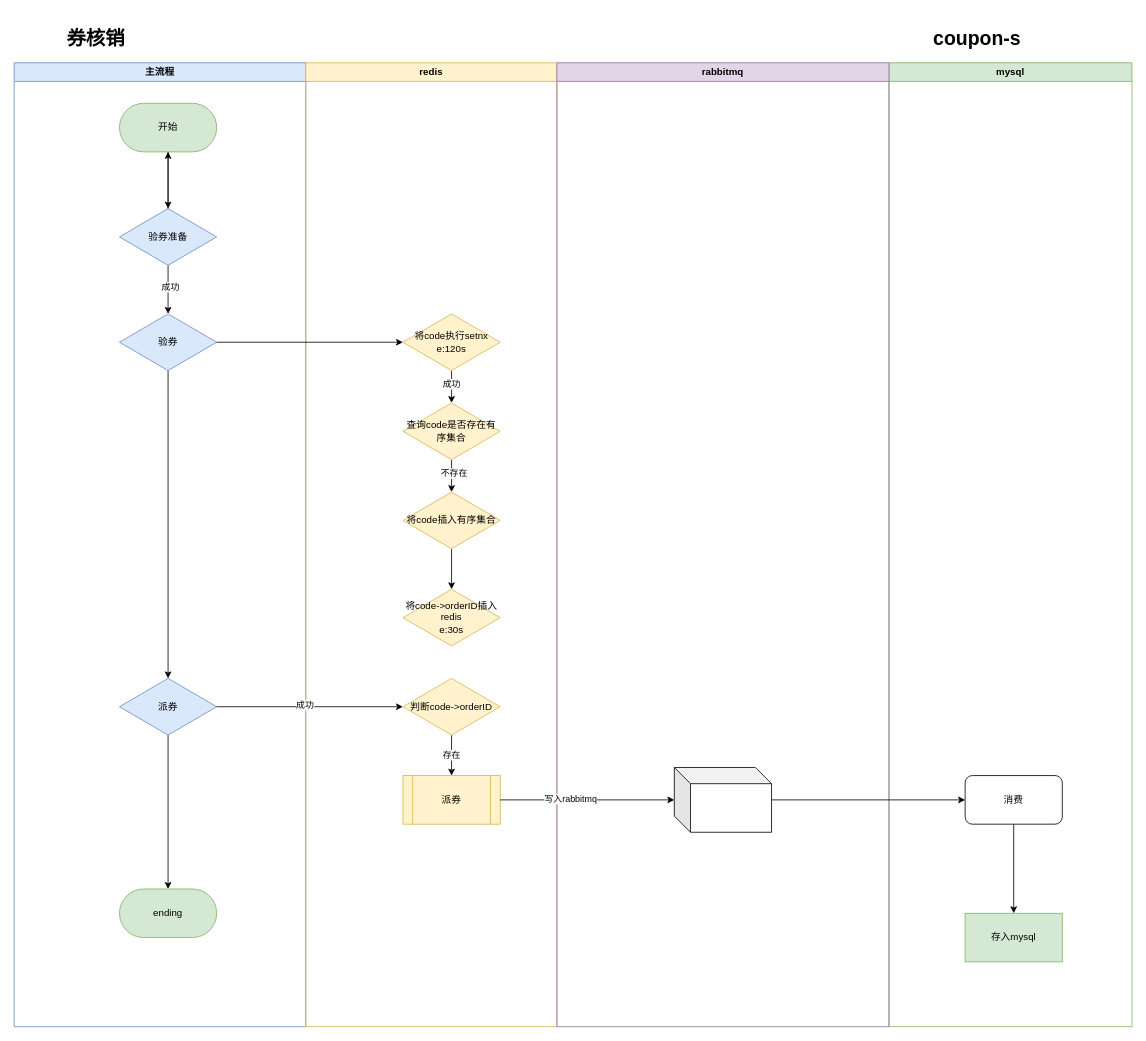
The draw.io diagram xlh/xlh.drawio in zhanghaiyang1/draw, before the edit. Source tidied: cells renumbered, new cells numbered last; positions are measured from the earlier drawing's top-left corner, leaving out a move shared by most shapes. Both pictures are drawn from the tidied source at 81%, with x=0, y=0 at pixel (14, 22).
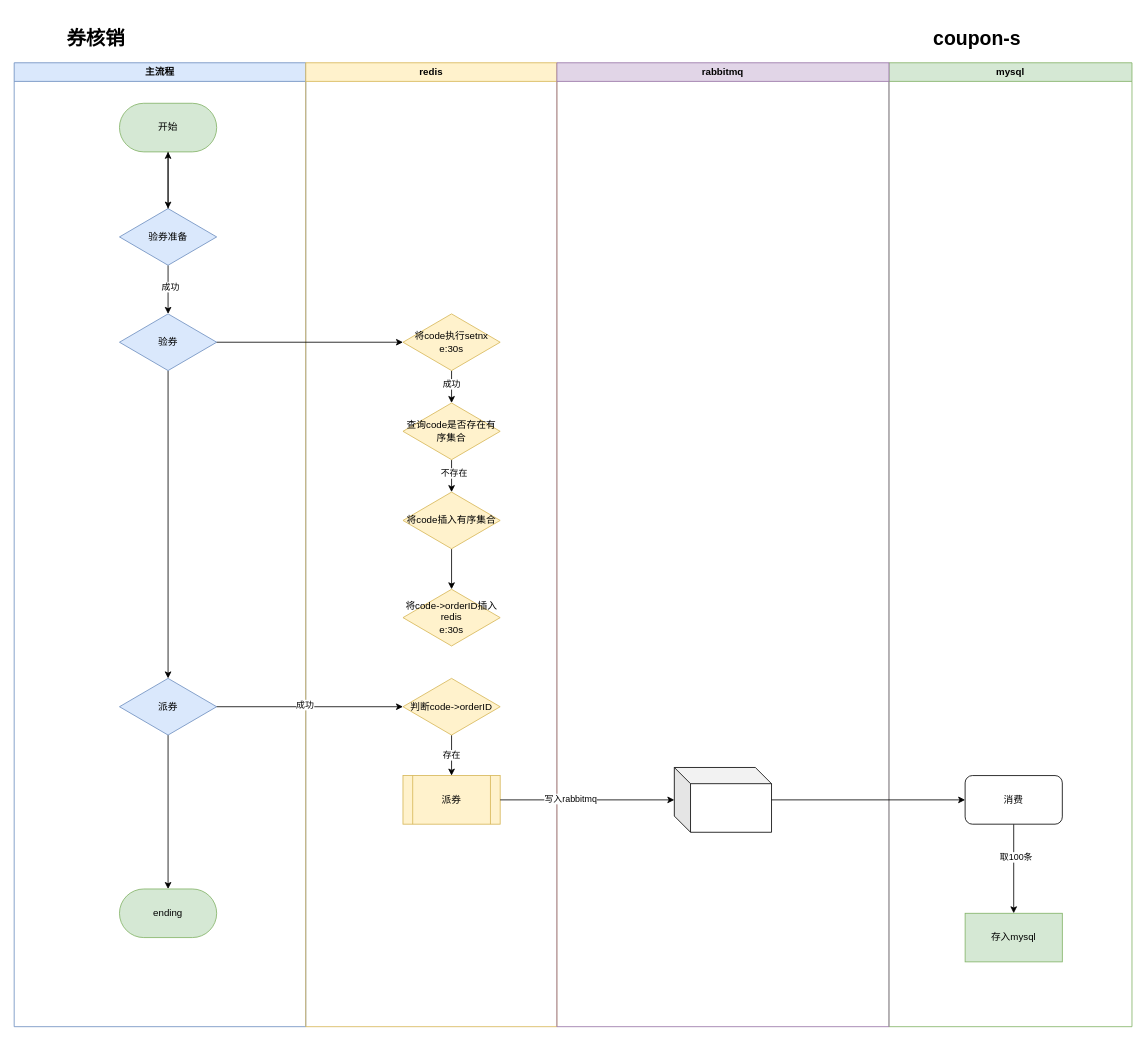
The same diagram, later.

Unchanged cells that the change refers to:
```xml
<mxCell id="16" value="redis" style="swimlane;whiteSpace=wrap;html=1;fillColor=#fff2cc;strokeColor=#d6b656;" parent="1" vertex="1">
  <mxGeometry x="360" y="50" width="310" height="1190" as="geometry" />
</mxCell>
<mxCell id="31" style="edgeStyle=orthogonalEdgeStyle;rounded=0;jettySize=auto;html=1;entryX=0.5;entryY=0;entryDx=0;entryDy=0;" parent="29" edge="1" source="32" target="30">
  <mxGeometry relative="1" as="geometry" />
</mxCell>
```

What changed in the source:
```diff
@@
-    <mxCell id="19" value="将code执行setnx&lt;br&gt;e:120s" style="rhombus;whiteSpace=wrap;html=1;fillColor=#fff2cc;strokeColor=#d6b656;" parent="16" vertex="1">
+    <mxCell id="19" value="将code执行setnx&lt;br&gt;e:30s" style="rhombus;whiteSpace=wrap;html=1;fillColor=#fff2cc;strokeColor=#d6b656;" parent="16" vertex="1">
       <mxGeometry x="120" y="310" width="120" height="70" as="geometry" />
     </mxCell>
@@
+    <mxCell id="42" value="取100条" style="edgeLabel;html=1;align=center;verticalAlign=middle;" parent="31" vertex="1">
+      <mxGeometry x="-0.27" y="2" relative="1" as="geometry" />
+    </mxCell>
```
